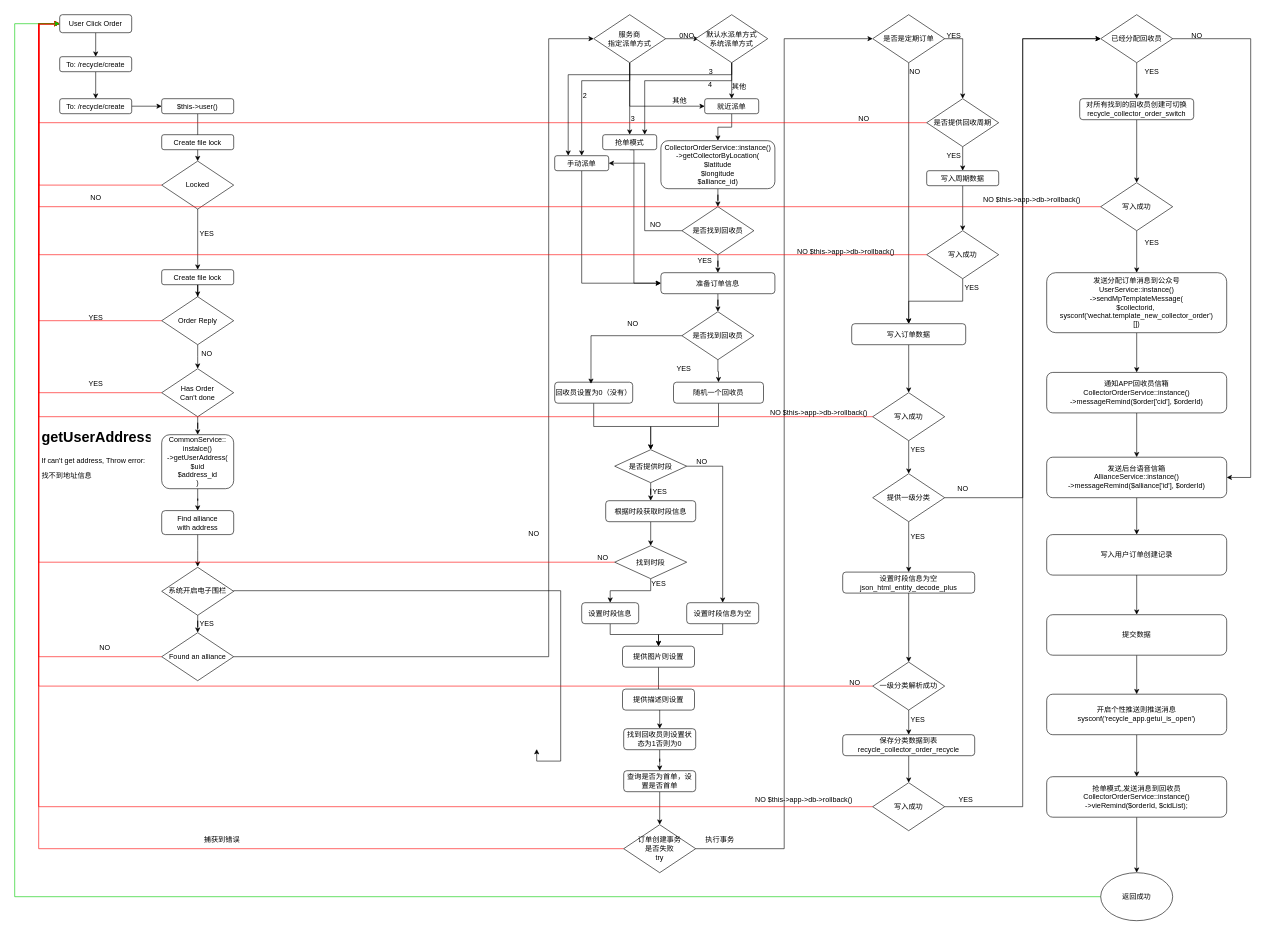
Earlier version of the draw.io diagram 废品回收交易流程.drawio (C726/files). Source tidied: cells renumbered, new cells numbered last; positions are measured from the earlier drawing's top-left corner, leaving out a move shared by most shapes. Both pictures are drawn from the tidied source at 60%, with x=0, y=0 at pixel (14, 14).
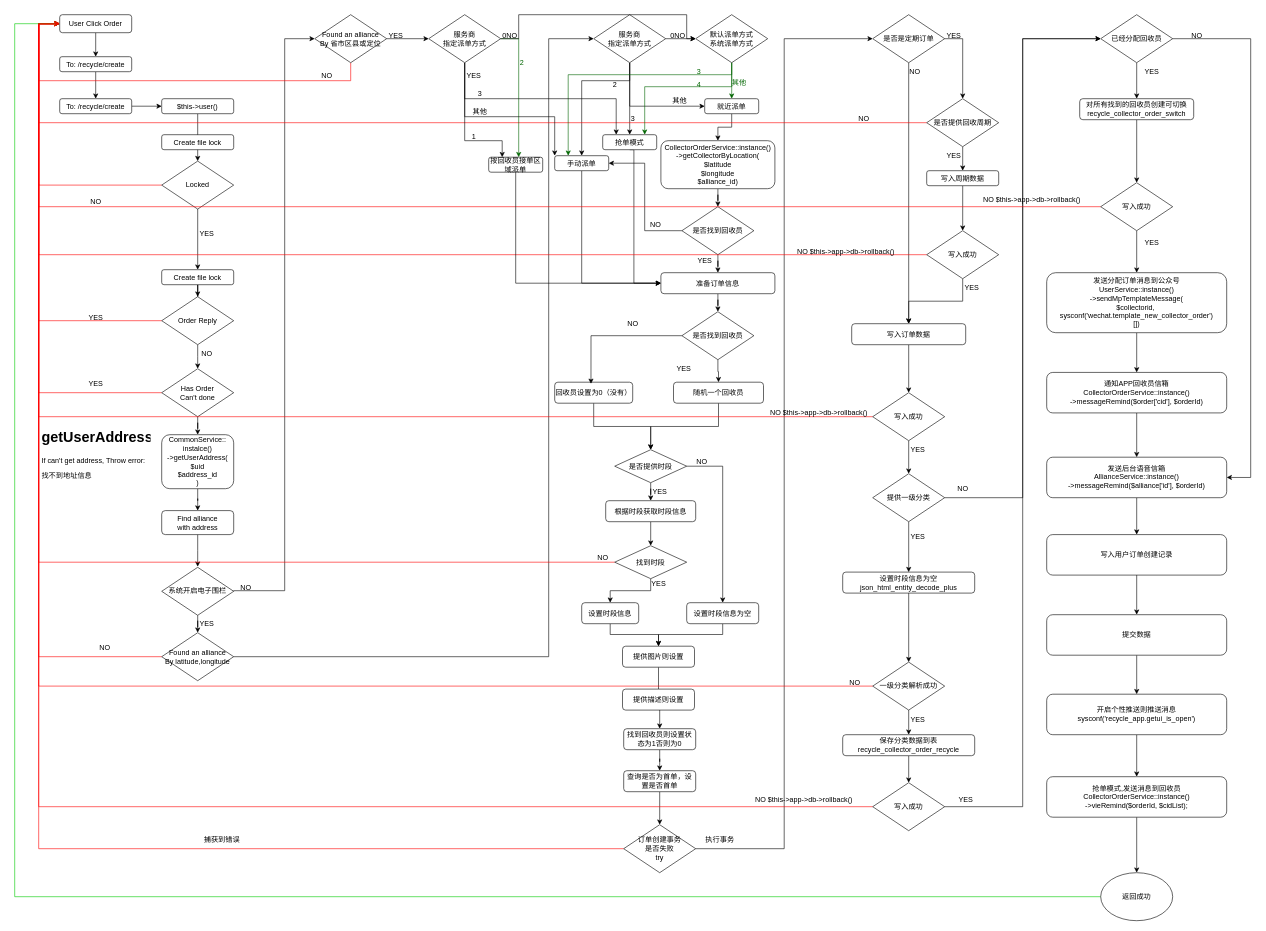
Above is the later version.

Commit message:
更新废品回收交易流程.drawio

The change refers to these unchanged cells:
```xml
<mxCell id="3" value="User Click Order" style="rounded=1;whiteSpace=wrap;html=1;" parent="1" vertex="1">
  <mxGeometry x="75" width="120" height="30" as="geometry" />
</mxCell>
<mxCell id="35" value="系统开启电子围栏" style="rhombus;whiteSpace=wrap;html=1;" parent="1" vertex="1">
  <mxGeometry x="245" y="921" width="120" height="80" as="geometry" />
</mxCell>
<mxCell id="45" value="服务商&lt;br&gt;指定派单方式" style="rhombus;whiteSpace=wrap;html=1;" parent="1" vertex="1">
  <mxGeometry x="965" width="120" height="80" as="geometry" />
</mxCell>
<mxCell id="48" value="手动派单" style="whiteSpace=wrap;html=1;rounded=1;" parent="1" vertex="1">
  <mxGeometry x="900" y="235" width="90" height="25" as="geometry" />
</mxCell>
<mxCell id="51" value="就近派单" style="whiteSpace=wrap;html=1;rounded=1;" parent="1" vertex="1">
  <mxGeometry x="1150" y="140" width="90" height="25" as="geometry" />
</mxCell>
<mxCell id="62" value="准备订单信息" style="whiteSpace=wrap;html=1;rounded=1;" parent="1" vertex="1">
  <mxGeometry x="1077" y="430" width="190" height="35" as="geometry" />
</mxCell>
<mxCell id="172" value="抢单模式" style="whiteSpace=wrap;html=1;rounded=1;" parent="1" vertex="1">
  <mxGeometry x="980" y="200" width="90" height="25" as="geometry" />
</mxCell>
```

Change to the diagram source:
```diff
@@
     <mxCell id="19" value="NO" style="text;html=1;align=center;verticalAlign=middle;strokeColor=none;fillColor=none;" parent="1" vertex="1">
-      <mxGeometry x="115" y="290" width="40" height="30" as="geometry" />
+      <mxGeometry x="115" y="297" width="40" height="30" as="geometry" />
     </mxCell>
@@
-    <mxCell id="32" value="Found an alliance" style="rhombus;whiteSpace=wrap;html=1;" parent="1" vertex="1">
+    <mxCell id="32" value="Found an alliance&lt;br&gt;By latitude,longitude" style="rhombus;whiteSpace=wrap;html=1;" parent="1" vertex="1">
       <mxGeometry x="245" y="1030" width="120" height="80" as="geometry" />
     </mxCell>
-    <mxCell id="33" style="edgeStyle=orthogonalEdgeStyle;rounded=0;jettySize=auto;html=1;exitX=1;exitY=0.5;exitDx=0;exitDy=0;" parent="1" edge="1" source="35">
+    <mxCell id="33" style="edgeStyle=orthogonalEdgeStyle;rounded=0;jettySize=auto;html=1;exitX=1;exitY=0.5;exitDx=0;exitDy=0;entryX=0;entryY=0.5;entryDx=0;entryDy=0;" parent="1" edge="1" source="35" target="182">
       <mxGeometry relative="1" as="geometry">
-        <mxPoint x="870" y="1224" as="targetPoint" />
         <Array as="points">
-          <mxPoint x="910" y="960" />
-          <mxPoint x="910" y="1244" />
-          <mxPoint x="870" y="1244" />
+          <mxPoint x="450" y="960" />
+          <mxPoint x="450" y="40" />
         </Array>
       </mxGeometry>
     </mxCell>
@@
     <mxCell id="39" value="NO" style="text;html=1;align=center;verticalAlign=middle;strokeColor=none;fillColor=none;" parent="1" vertex="1">
-      <mxGeometry x="845" y="850" width="40" height="30" as="geometry" />
+      <mxGeometry x="365" y="940" width="40" height="30" as="geometry" />
     </mxCell>
@@
-    <mxCell id="41" style="edgeStyle=orthogonalEdgeStyle;rounded=0;jettySize=auto;html=1;" parent="1" edge="1" source="45">
-      <mxGeometry relative="1" as="geometry">
-        <mxPoint x="1140" y="40" as="targetPoint" />
-      </mxGeometry>
+    <mxCell id="41" style="edgeStyle=orthogonalEdgeStyle;rounded=0;jettySize=auto;html=1;entryX=0;entryY=0.5;entryDx=0;entryDy=0;" parent="1" edge="1" source="45" target="175">
+      <mxGeometry relative="1" as="geometry" />
     </mxCell>
@@
     <mxCell id="46" value="0NO" style="text;html=1;align=center;verticalAlign=middle;strokeColor=none;fillColor=none;" parent="1" vertex="1">
-      <mxGeometry x="1095" y="20" width="50" height="30" as="geometry" />
+      <mxGeometry x="1080" y="20" width="50" height="30" as="geometry" />
     </mxCell>
@@
-    <mxCell id="52" value="2" style="text;html=1;align=center;verticalAlign=middle;strokeColor=none;fillColor=none;" parent="1" vertex="1">
-      <mxGeometry x="935" y="120" width="30" height="30" as="geometry" />
+    <mxCell id="52" value="3" style="text;html=1;align=center;verticalAlign=middle;strokeColor=none;fillColor=none;" parent="1" vertex="1">
+      <mxGeometry x="760" y="117" width="30" height="30" as="geometry" />
     </mxCell>
@@
-    <mxCell id="173" style="edgeStyle=orthogonalEdgeStyle;rounded=0;jettySize=auto;html=1;exitX=0.5;exitY=1;exitDx=0;exitDy=0;entryX=0.25;entryY=0;entryDx=0;entryDy=0;" parent="1" edge="1" source="175" target="48">
+    <mxCell id="173" style="edgeStyle=orthogonalEdgeStyle;rounded=0;jettySize=auto;html=1;exitX=0.5;exitY=1;exitDx=0;exitDy=0;entryX=0.25;entryY=0;entryDx=0;entryDy=0;strokeColor=#006600;" parent="1" edge="1" source="175" target="48">
       <mxGeometry relative="1" as="geometry">
         <Array as="points">
           <mxPoint x="1195" y="100" />
           <mxPoint x="923" y="100" />
         </Array>
       </mxGeometry>
     </mxCell>
-    <mxCell id="174" style="edgeStyle=orthogonalEdgeStyle;rounded=0;jettySize=auto;html=1;exitX=0.5;exitY=1;exitDx=0;exitDy=0;entryX=0.5;entryY=0;entryDx=0;entryDy=0;" parent="1" edge="1" source="175" target="51">
+    <mxCell id="174" style="edgeStyle=orthogonalEdgeStyle;rounded=0;jettySize=auto;html=1;exitX=0.5;exitY=1;exitDx=0;exitDy=0;entryX=0.5;entryY=0;entryDx=0;entryDy=0;strokeColor=#006600;" parent="1" edge="1" source="175" target="51">
       <mxGeometry relative="1" as="geometry" />
     </mxCell>
-    <mxCell id="175" value="默认水派单方式&lt;br&gt;系统派单方式" style="rhombus;whiteSpace=wrap;html=1;" parent="1" vertex="1">
+    <mxCell id="175" value="默认派单方式&lt;br&gt;系统派单方式" style="rhombus;whiteSpace=wrap;html=1;" parent="1" vertex="1">
       <mxGeometry x="1135" width="120" height="80" as="geometry" />
     </mxCell>
-    <mxCell id="176" style="edgeStyle=orthogonalEdgeStyle;rounded=0;jettySize=auto;html=1;exitX=0.5;exitY=1;exitDx=0;exitDy=0;entryX=0.778;entryY=0;entryDx=0;entryDy=0;entryPerimeter=0;" parent="1" edge="1" source="175" target="172">
+    <mxCell id="176" style="edgeStyle=orthogonalEdgeStyle;rounded=0;jettySize=auto;html=1;exitX=0.5;exitY=1;exitDx=0;exitDy=0;entryX=0.778;entryY=0;entryDx=0;entryDy=0;entryPerimeter=0;strokeColor=#006600;" parent="1" edge="1" source="175" target="172">
       <mxGeometry relative="1" as="geometry">
         <Array as="points">
-          <mxPoint x="1195" y="110" />
-          <mxPoint x="1050" y="110" />
+          <mxPoint x="1195" y="120" />
+          <mxPoint x="1050" y="120" />
         </Array>
       </mxGeometry>
     </mxCell>
-    <mxCell id="177" value="其他" style="text;html=1;align=center;verticalAlign=middle;strokeColor=none;fillColor=none;" parent="1" vertex="1">
-      <mxGeometry x="1182" y="106" width="50" height="30" as="geometry" />
+    <mxCell id="177" value="其他" style="text;html=1;align=center;verticalAlign=middle;strokeColor=none;fillColor=none;fontColor=#006600;" parent="1" vertex="1">
+      <mxGeometry x="1182" y="99" width="50" height="30" as="geometry" />
     </mxCell>
-    <mxCell id="178" value="3" style="text;html=1;align=center;verticalAlign=middle;strokeColor=none;fillColor=none;" parent="1" vertex="1">
-      <mxGeometry x="1145" y="80" width="30" height="30" as="geometry" />
+    <mxCell id="178" value="3" style="text;html=1;align=center;verticalAlign=middle;strokeColor=none;fillColor=none;fontColor=#006600;" parent="1" vertex="1">
+      <mxGeometry x="1125" y="80" width="30" height="30" as="geometry" />
     </mxCell>
-    <mxCell id="179" value="4" style="text;html=1;align=center;verticalAlign=middle;strokeColor=none;fillColor=none;" parent="1" vertex="1">
-      <mxGeometry x="1144" y="102" width="30" height="30" as="geometry" />
+    <mxCell id="179" value="4" style="text;html=1;align=center;verticalAlign=middle;strokeColor=none;fillColor=none;fontColor=#006600;" parent="1" vertex="1">
+      <mxGeometry x="1125" y="102" width="30" height="30" as="geometry" />
     </mxCell>
+    <mxCell id="180" style="edgeStyle=orthogonalEdgeStyle;rounded=0;jettySize=auto;html=1;exitX=0.5;exitY=1;exitDx=0;exitDy=0;entryX=0;entryY=0.5;entryDx=0;entryDy=0;strokeColor=#FF0000;" parent="1" edge="1" source="182" target="3">
+      <mxGeometry relative="1" as="geometry">
+        <Array as="points">
+          <mxPoint x="560" y="110" />
+          <mxPoint x="40" y="110" />
+          <mxPoint x="40" y="15" />
+        </Array>
+      </mxGeometry>
+    </mxCell>
+    <mxCell id="181" style="edgeStyle=orthogonalEdgeStyle;rounded=0;jettySize=auto;html=1;" parent="1" edge="1" source="182" target="189">
+      <mxGeometry relative="1" as="geometry" />
+    </mxCell>
+    <mxCell id="182" value="Found an alliance&lt;br&gt;By 省市区县或定位" style="rhombus;whiteSpace=wrap;html=1;" parent="1" vertex="1">
+      <mxGeometry x="500" width="120" height="80" as="geometry" />
+    </mxCell>
+    <mxCell id="183" value="NO" style="text;html=1;align=center;verticalAlign=middle;strokeColor=none;fillColor=none;" parent="1" vertex="1">
+      <mxGeometry x="500" y="87" width="40" height="30" as="geometry" />
+    </mxCell>
+    <mxCell id="184" style="edgeStyle=orthogonalEdgeStyle;rounded=0;jettySize=auto;html=1;fontColor=#006600;strokeColor=#006600;exitX=1;exitY=0.5;exitDx=0;exitDy=0;" parent="1" edge="1" source="189" target="192">
+      <mxGeometry relative="1" as="geometry">
+        <Array as="points">
+          <mxPoint x="840" y="40" />
+        </Array>
+      </mxGeometry>
+    </mxCell>
+    <mxCell id="185" style="edgeStyle=orthogonalEdgeStyle;rounded=0;jettySize=auto;html=1;exitX=1;exitY=0.5;exitDx=0;exitDy=0;entryX=0;entryY=0.5;entryDx=0;entryDy=0;" parent="1" edge="1" source="189" target="175">
+      <mxGeometry relative="1" as="geometry">
+        <Array as="points">
+          <mxPoint x="840" y="40" />
+          <mxPoint x="840" />
+          <mxPoint x="1120" />
+          <mxPoint x="1120" y="40" />
+        </Array>
+      </mxGeometry>
+    </mxCell>
+    <mxCell id="186" style="edgeStyle=orthogonalEdgeStyle;rounded=0;jettySize=auto;html=1;exitX=0.5;exitY=1;exitDx=0;exitDy=0;entryX=0.25;entryY=0;entryDx=0;entryDy=0;" parent="1" edge="1" source="189" target="192">
+      <mxGeometry relative="1" as="geometry">
+        <Array as="points">
+          <mxPoint x="750" y="210" />
+          <mxPoint x="812" y="210" />
+        </Array>
+      </mxGeometry>
+    </mxCell>
+    <mxCell id="187" style="edgeStyle=orthogonalEdgeStyle;rounded=0;jettySize=auto;html=1;exitX=0.5;exitY=1;exitDx=0;exitDy=0;entryX=0.25;entryY=0;entryDx=0;entryDy=0;" parent="1" edge="1" source="189" target="172">
+      <mxGeometry relative="1" as="geometry" />
+    </mxCell>
+    <mxCell id="188" style="edgeStyle=orthogonalEdgeStyle;rounded=0;jettySize=auto;html=1;exitX=0.5;exitY=1;exitDx=0;exitDy=0;entryX=0;entryY=0;entryDx=0;entryDy=0;" parent="1" edge="1" source="189" target="48">
+      <mxGeometry relative="1" as="geometry">
+        <Array as="points">
+          <mxPoint x="750" y="170" />
+          <mxPoint x="900" y="170" />
+        </Array>
+      </mxGeometry>
+    </mxCell>
+    <mxCell id="189" value="服务商&lt;br style=&quot;border-color: var(--border-color);&quot;&gt;指定派单方式" style="rhombus;whiteSpace=wrap;html=1;" parent="1" vertex="1">
+      <mxGeometry x="690" width="120" height="80" as="geometry" />
+    </mxCell>
+    <mxCell id="190" value="YES" style="text;html=1;align=center;verticalAlign=middle;strokeColor=none;fillColor=none;" parent="1" vertex="1">
+      <mxGeometry x="610" y="20" width="50" height="30" as="geometry" />
+    </mxCell>
+    <mxCell id="191" style="edgeStyle=orthogonalEdgeStyle;rounded=0;jettySize=auto;html=1;exitX=0.5;exitY=1;exitDx=0;exitDy=0;entryX=0;entryY=0.5;entryDx=0;entryDy=0;" parent="1" edge="1" source="192" target="62">
+      <mxGeometry relative="1" as="geometry" />
+    </mxCell>
+    <mxCell id="192" value="按回收员接单区域派单" style="whiteSpace=wrap;html=1;rounded=1;" parent="1" vertex="1">
+      <mxGeometry x="790" y="237.5" width="90" height="25" as="geometry" />
+    </mxCell>
+    <mxCell id="193" value="0NO" style="text;html=1;align=center;verticalAlign=middle;strokeColor=none;fillColor=none;" parent="1" vertex="1">
+      <mxGeometry x="800" y="20" width="50" height="30" as="geometry" />
+    </mxCell>
+    <mxCell id="194" value="2" style="text;html=1;align=center;verticalAlign=middle;strokeColor=none;fillColor=none;fontColor=#006600;" parent="1" vertex="1">
+      <mxGeometry x="830" y="65" width="30" height="30" as="geometry" />
+    </mxCell>
+    <mxCell id="195" value="1" style="text;html=1;align=center;verticalAlign=middle;strokeColor=none;fillColor=none;" parent="1" vertex="1">
+      <mxGeometry x="750" y="189" width="30" height="30" as="geometry" />
+    </mxCell>
+    <mxCell id="196" value="YES" style="text;html=1;align=center;verticalAlign=middle;strokeColor=none;fillColor=none;" parent="1" vertex="1">
+      <mxGeometry x="740" y="87" width="50" height="30" as="geometry" />
+    </mxCell>
+    <mxCell id="197" value="2" style="text;html=1;align=center;verticalAlign=middle;strokeColor=none;fillColor=none;" parent="1" vertex="1">
+      <mxGeometry x="985" y="102" width="30" height="30" as="geometry" />
+    </mxCell>
+    <mxCell id="198" value="其他" style="text;html=1;align=center;verticalAlign=middle;strokeColor=none;fillColor=none;" parent="1" vertex="1">
+      <mxGeometry x="750" y="147" width="50" height="30" as="geometry" />
+    </mxCell>
```
